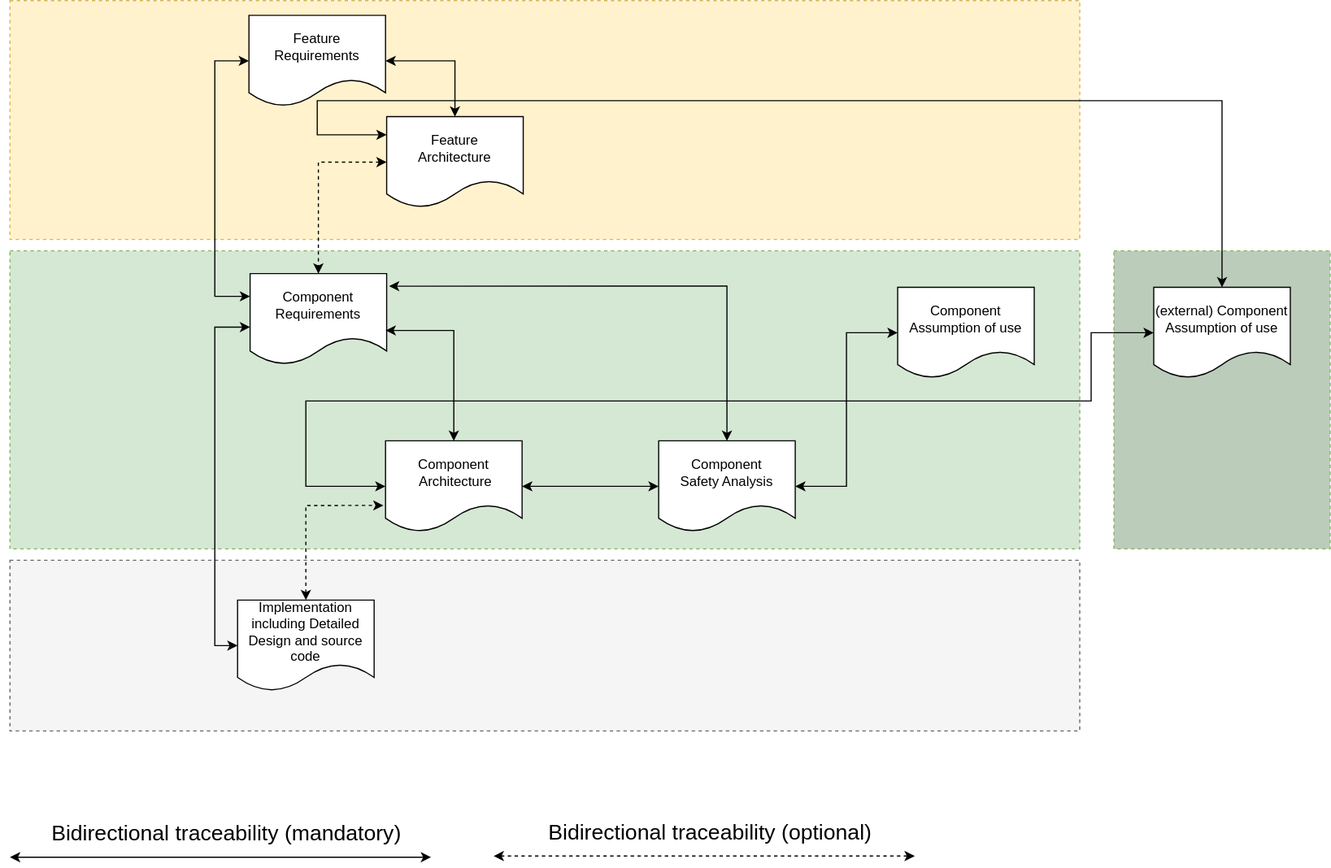
Above: pr-343/_images/score_traceability_model_cmp_overview_1.svg in umaucher/score (draw.io), before the change. Source tidied: cells renumbered, new cells last; positions are measured from the earlier drawing's top-left corner, leaving out a move shared by most shapes.
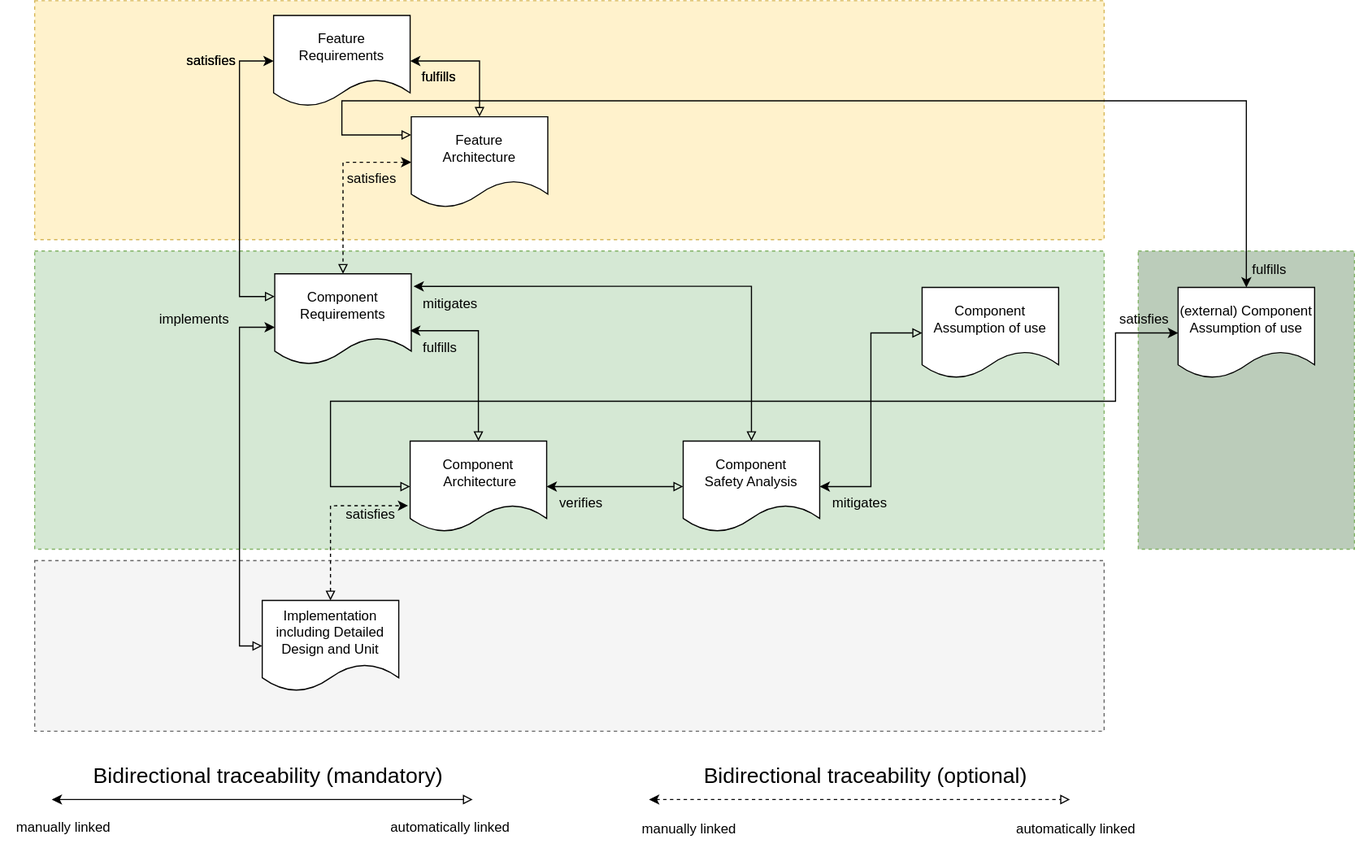
Later version of the same file.

Change to the diagram source:
```diff
@@ -14,7 +14,7 @@
     <mxCell id="5" value="Feature Requirements" style="shape=document;whiteSpace=wrap;html=1;boundedLbl=1;" parent="1" vertex="1">
       <mxGeometry x="210" y="13" width="120" height="80" as="geometry" />
     </mxCell>
-    <mxCell id="6" style="edgeStyle=orthogonalEdgeStyle;rounded=0;jettySize=auto;html=1;entryX=0;entryY=0.5;entryDx=0;entryDy=0;startArrow=classic;startFill=1;exitX=0;exitY=0.25;exitDx=0;exitDy=0;" parent="1" edge="1" source="8" target="5">
+    <mxCell id="6" style="edgeStyle=orthogonalEdgeStyle;rounded=0;jettySize=auto;html=1;entryX=0;entryY=0.5;entryDx=0;entryDy=0;startArrow=block;startFill=0;exitX=0;exitY=0.25;exitDx=0;exitDy=0;" parent="1" edge="1" source="8" target="5">
       <mxGeometry relative="1" as="geometry">
         <Array as="points">
           <mxPoint x="180" y="260" />
@@ -22,7 +22,7 @@
         </Array>
       </mxGeometry>
     </mxCell>
-    <mxCell id="7" style="edgeStyle=orthogonalEdgeStyle;rounded=0;jettySize=auto;html=1;entryX=0.5;entryY=0;entryDx=0;entryDy=0;exitX=1.017;exitY=0.138;exitDx=0;exitDy=0;startArrow=classic;startFill=1;exitPerimeter=0;" parent="1" edge="1" source="8" target="12">
+    <mxCell id="7" style="edgeStyle=orthogonalEdgeStyle;rounded=0;jettySize=auto;html=1;entryX=0.5;entryY=0;entryDx=0;entryDy=0;exitX=1.017;exitY=0.138;exitDx=0;exitDy=0;startArrow=classic;startFill=1;exitPerimeter=0;endArrow=block;endFill=0;" parent="1" edge="1" source="8" target="12">
       <mxGeometry x="0.41" relative="1" as="geometry">
         <Array as="points">
           <mxPoint x="630" y="251" />
@@ -35,21 +35,21 @@
     <mxCell id="9" value="&lt;br&gt;&lt;br&gt;Component&lt;br&gt;&amp;nbsp;Architecture&lt;br&gt;&lt;br&gt;&lt;br&gt;" style="shape=document;whiteSpace=wrap;html=1;boundedLbl=1;" parent="1" vertex="1">
       <mxGeometry x="330" y="387" width="120" height="80" as="geometry" />
     </mxCell>
-    <mxCell id="10" style="edgeStyle=orthogonalEdgeStyle;rounded=0;jettySize=auto;html=1;entryX=1;entryY=0.5;entryDx=0;entryDy=0;exitX=0.5;exitY=0;exitDx=0;exitDy=0;startArrow=classic;startFill=1;" parent="1" edge="1" source="15" target="5">
+    <mxCell id="10" style="edgeStyle=orthogonalEdgeStyle;rounded=0;jettySize=auto;html=1;entryX=1;entryY=0.5;entryDx=0;entryDy=0;exitX=0.5;exitY=0;exitDx=0;exitDy=0;startArrow=block;startFill=0;" parent="1" edge="1" source="15" target="5">
       <mxGeometry relative="1" as="geometry" />
     </mxCell>
-    <mxCell id="11" style="edgeStyle=orthogonalEdgeStyle;rounded=0;jettySize=auto;html=1;entryX=1;entryY=0.5;entryDx=0;entryDy=0;exitX=0;exitY=0.5;exitDx=0;exitDy=0;startArrow=classic;startFill=1;" parent="1" edge="1" source="12" target="9">
+    <mxCell id="11" style="edgeStyle=orthogonalEdgeStyle;rounded=0;jettySize=auto;html=1;entryX=1;entryY=0.5;entryDx=0;entryDy=0;exitX=0;exitY=0.5;exitDx=0;exitDy=0;startArrow=block;startFill=0;" parent="1" edge="1" source="12" target="9">
       <mxGeometry x="0.51" relative="1" as="geometry" />
     </mxCell>
     <mxCell id="12" value="Component&lt;br&gt;Safety Analysis" style="shape=document;whiteSpace=wrap;html=1;boundedLbl=1;" parent="1" vertex="1">
       <mxGeometry x="570" y="387" width="120" height="80" as="geometry" />
     </mxCell>
-    <mxCell id="13" style="edgeStyle=orthogonalEdgeStyle;rounded=0;jettySize=auto;html=1;startArrow=classic;startFill=1;entryX=1;entryY=0.5;entryDx=0;entryDy=0;" parent="1" edge="1" target="12">
+    <mxCell id="13" style="edgeStyle=orthogonalEdgeStyle;rounded=0;jettySize=auto;html=1;startArrow=block;startFill=0;entryX=1;entryY=0.5;entryDx=0;entryDy=0;" parent="1" edge="1" target="12">
       <mxGeometry relative="1" as="geometry">
         <mxPoint x="780" y="292" as="sourcePoint" />
       </mxGeometry>
     </mxCell>
-    <mxCell id="14" style="edgeStyle=orthogonalEdgeStyle;rounded=0;jettySize=auto;html=1;entryX=0.5;entryY=0;entryDx=0;entryDy=0;startArrow=classic;startFill=1;exitX=0;exitY=0.5;exitDx=0;exitDy=0;dashed=1;" parent="1" edge="1" source="15" target="8">
+    <mxCell id="14" style="edgeStyle=orthogonalEdgeStyle;rounded=0;jettySize=auto;html=1;entryX=0.5;entryY=0;entryDx=0;entryDy=0;startArrow=classic;startFill=1;exitX=0;exitY=0.5;exitDx=0;exitDy=0;dashed=1;endArrow=block;endFill=0;" parent="1" edge="1" source="15" target="8">
       <mxGeometry relative="1" as="geometry" />
     </mxCell>
     <mxCell id="15" value="Feature&lt;br&gt;Architecture" style="shape=document;whiteSpace=wrap;html=1;boundedLbl=1;" parent="1" vertex="1">
@@ -61,7 +61,7 @@
     <mxCell id="17" style="rounded=0;whiteSpace=wrap;html=1;dashed=1;fillColor=#BBCCBA;strokeColor=#82b366;" parent="1" vertex="1">
       <mxGeometry x="970" y="220" width="190" height="262" as="geometry" />
     </mxCell>
-    <mxCell id="18" style="edgeStyle=orthogonalEdgeStyle;rounded=0;orthogonalLoop=1;jettySize=auto;html=1;entryX=0;entryY=0.25;entryDx=0;entryDy=0;fontSize=19;startArrow=classic;startFill=1;" parent="1" edge="1">
+    <mxCell id="18" style="edgeStyle=orthogonalEdgeStyle;rounded=0;orthogonalLoop=1;jettySize=auto;html=1;entryX=0;entryY=0.25;entryDx=0;entryDy=0;fontSize=19;startArrow=classic;startFill=1;endArrow=block;endFill=0;" parent="1" edge="1">
       <mxGeometry relative="1" as="geometry">
         <mxPoint x="1065" y="252" as="sourcePoint" />
         <mxPoint x="331" y="118" as="targetPoint" />
@@ -75,7 +75,7 @@
     <mxCell id="19" value="(external) Component Assumption of use" style="shape=document;whiteSpace=wrap;html=1;boundedLbl=1;" parent="1" vertex="1">
       <mxGeometry x="1005" y="252" width="120" height="80" as="geometry" />
     </mxCell>
-    <mxCell id="20" style="edgeStyle=orthogonalEdgeStyle;rounded=0;jettySize=auto;html=1;exitX=0;exitY=0.5;exitDx=0;exitDy=0;startArrow=classic;startFill=1;entryX=0;entryY=0.5;entryDx=0;entryDy=0;" parent="1" edge="1" source="9" target="19">
+    <mxCell id="20" style="edgeStyle=orthogonalEdgeStyle;rounded=0;jettySize=auto;html=1;exitX=0;exitY=0.5;exitDx=0;exitDy=0;startArrow=block;startFill=0;entryX=0;entryY=0.5;entryDx=0;entryDy=0;" parent="1" edge="1" source="9" target="19">
       <mxGeometry relative="1" as="geometry">
         <Array as="points">
           <mxPoint x="260" y="427" />
@@ -88,49 +88,100 @@
     <mxCell id="21" style="rounded=0;whiteSpace=wrap;html=1;dashed=1;fillColor=#f5f5f5;fontColor=#333333;strokeColor=#666666;" parent="1" vertex="1">
       <mxGeometry y="492" width="940" height="150" as="geometry" />
     </mxCell>
-    <mxCell id="22" style="edgeStyle=orthogonalEdgeStyle;rounded=0;jettySize=auto;html=1;startArrow=classic;startFill=1;exitX=0;exitY=0.5;exitDx=0;exitDy=0;entryX=0;entryY=0.588;entryDx=0;entryDy=0;entryPerimeter=0;" parent="1" edge="1" source="24" target="8">
+    <mxCell id="22" style="edgeStyle=orthogonalEdgeStyle;rounded=0;jettySize=auto;html=1;startArrow=block;startFill=0;exitX=0;exitY=0.5;exitDx=0;exitDy=0;entryX=0;entryY=0.588;entryDx=0;entryDy=0;entryPerimeter=0;endArrow=classic;endFill=1;" parent="1" edge="1" source="24" target="8">
       <mxGeometry relative="1" as="geometry" />
     </mxCell>
-    <mxCell id="23" style="edgeStyle=orthogonalEdgeStyle;rounded=0;jettySize=auto;html=1;entryX=-0.015;entryY=0.71;entryDx=0;entryDy=0;exitX=0.5;exitY=0;exitDx=0;exitDy=0;startArrow=classic;startFill=1;entryPerimeter=0;dashed=1;" parent="1" edge="1" source="24" target="9">
+    <mxCell id="23" style="edgeStyle=orthogonalEdgeStyle;rounded=0;jettySize=auto;html=1;entryX=-0.015;entryY=0.71;entryDx=0;entryDy=0;exitX=0.5;exitY=0;exitDx=0;exitDy=0;startArrow=block;startFill=0;entryPerimeter=0;dashed=1;" parent="1" edge="1" source="24" target="9">
       <mxGeometry x="0.31" relative="1" as="geometry">
         <Array as="points">
           <mxPoint x="260" y="444" />
         </Array>
       </mxGeometry>
     </mxCell>
-    <mxCell id="24" value="Implementation&lt;br&gt;including Detailed Design and source code" style="shape=document;whiteSpace=wrap;html=1;boundedLbl=1;" parent="1" vertex="1">
+    <mxCell id="24" value="Implementation&lt;br&gt;including Detailed Design and Unit" style="shape=document;whiteSpace=wrap;html=1;boundedLbl=1;" parent="1" vertex="1">
       <mxGeometry x="200" y="527" width="120" height="80" as="geometry" />
     </mxCell>
-    <mxCell id="25" style="edgeStyle=orthogonalEdgeStyle;rounded=0;jettySize=auto;html=1;entryX=0.992;entryY=0.625;entryDx=0;entryDy=0;entryPerimeter=0;exitX=0.5;exitY=0;exitDx=0;exitDy=0;startArrow=classic;startFill=1;" parent="1" edge="1" source="9" target="8">
+    <mxCell id="25" style="edgeStyle=orthogonalEdgeStyle;rounded=0;jettySize=auto;html=1;entryX=0.992;entryY=0.625;entryDx=0;entryDy=0;entryPerimeter=0;exitX=0.5;exitY=0;exitDx=0;exitDy=0;startArrow=block;startFill=0;" parent="1" edge="1" source="9" target="8">
       <mxGeometry relative="1" as="geometry">
         <Array as="points">
           <mxPoint x="390" y="290" />
         </Array>
       </mxGeometry>
     </mxCell>
-    <mxCell id="26" style="edgeStyle=orthogonalEdgeStyle;rounded=0;orthogonalLoop=1;jettySize=auto;html=1;startArrow=classic;startFill=1;" parent="1" edge="1">
-      <mxGeometry x="0.38" y="5" relative="1" as="geometry">
-        <mxPoint y="753" as="sourcePoint" />
-        <mxPoint x="370" y="753" as="targetPoint" />
-        <Array as="points">
-          <mxPoint x="17" y="753" />
-        </Array>
-      </mxGeometry>
-    </mxCell>
+    <mxCell id="30" style="edgeStyle=orthogonalEdgeStyle;rounded=0;orthogonalLoop=1;jettySize=auto;html=1;startArrow=classic;startFill=1;endArrow=block;endFill=0;" parent="1" edge="1">
+      <mxGeometry x="0.38" y="5" relative="1" as="geometry">
+        <mxPoint x="15" y="702" as="sourcePoint" />
+        <mxPoint x="385" y="702" as="targetPoint" />
+        <Array as="points">
+          <mxPoint x="32" y="702" />
+        </Array>
+      </mxGeometry>
+    </mxCell>
     <mxCell id="27" value="Bidirectional traceability (mandatory)" style="text;html=1;align=center;verticalAlign=middle;strokeColor=none;fillColor=none;fontSize=19;" parent="1" vertex="1">
-      <mxGeometry x="25" y="713" width="330" height="40" as="geometry" />
+      <mxGeometry x="40" y="662" width="330" height="40" as="geometry" />
     </mxCell>
-    <mxCell id="28" style="edgeStyle=orthogonalEdgeStyle;rounded=0;orthogonalLoop=1;jettySize=auto;html=1;startArrow=classic;startFill=1;dashed=1;" parent="1" edge="1">
-      <mxGeometry x="0.38" y="5" relative="1" as="geometry">
-        <mxPoint x="425" y="752" as="sourcePoint" />
-        <mxPoint x="795" y="752" as="targetPoint" />
-        <Array as="points">
-          <mxPoint x="442" y="752" />
-        </Array>
-      </mxGeometry>
-    </mxCell>
+    <mxCell id="31" style="edgeStyle=orthogonalEdgeStyle;rounded=0;orthogonalLoop=1;jettySize=auto;html=1;startArrow=classic;startFill=1;dashed=1;endArrow=block;endFill=0;" parent="1" edge="1">
+      <mxGeometry x="0.38" y="5" relative="1" as="geometry">
+        <mxPoint x="540" y="702" as="sourcePoint" />
+        <mxPoint x="910" y="702" as="targetPoint" />
+        <Array as="points">
+          <mxPoint x="557" y="702" />
+        </Array>
+      </mxGeometry>
+    </mxCell>
     <mxCell id="29" value="Bidirectional traceability (optional)" style="text;html=1;align=center;verticalAlign=middle;strokeColor=none;fillColor=none;fontSize=19;" parent="1" vertex="1">
-      <mxGeometry x="460" y="712" width="310" height="40" as="geometry" />
+      <mxGeometry x="575" y="662" width="310" height="40" as="geometry" />
     </mxCell>
+    <mxCell id="32" value="manually linked" style="text;html=1;align=center;verticalAlign=middle;strokeColor=none;fillColor=none;" parent="1" vertex="1">
+      <mxGeometry x="-30" y="712" width="110" height="30" as="geometry" />
+    </mxCell>
+    <mxCell id="33" value="automatically linked" style="text;html=1;align=center;verticalAlign=middle;strokeColor=none;fillColor=none;" parent="1" vertex="1">
+      <mxGeometry x="300" y="712" width="130" height="30" as="geometry" />
+    </mxCell>
+    <mxCell id="34" value="manually linked" style="text;html=1;align=center;verticalAlign=middle;strokeColor=none;fillColor=none;" parent="1" vertex="1">
+      <mxGeometry x="520" y="713" width="110" height="30" as="geometry" />
+    </mxCell>
+    <mxCell id="35" value="automatically linked" style="text;html=1;align=center;verticalAlign=middle;strokeColor=none;fillColor=none;" parent="1" vertex="1">
+      <mxGeometry x="850" y="713" width="130" height="30" as="geometry" />
+    </mxCell>
+    <mxCell id="36" value="implements" style="text;html=1;align=center;verticalAlign=middle;strokeColor=none;fillColor=none;" parent="1" vertex="1">
+      <mxGeometry x="100" y="265" width="80" height="30" as="geometry" />
+    </mxCell>
+    <mxCell id="37" value="satisfies" style="text;html=1;align=center;verticalAlign=middle;strokeColor=none;fillColor=none;" parent="1" vertex="1">
+      <mxGeometry x="260" y="437" width="70" height="30" as="geometry" />
+    </mxCell>
+    <mxCell id="38" value="fulfills" style="text;html=1;align=center;verticalAlign=middle;strokeColor=none;fillColor=none;" parent="1" vertex="1">
+      <mxGeometry x="331" y="290" width="50" height="30" as="geometry" />
+    </mxCell>
+    <mxCell id="39" value="satisfies" style="text;html=1;align=center;verticalAlign=middle;strokeColor=none;fillColor=none;" parent="1" vertex="1">
+      <mxGeometry x="940" y="265" width="70" height="30" as="geometry" />
+    </mxCell>
+    <mxCell id="40" value="fulfills" style="text;html=1;align=center;verticalAlign=middle;strokeColor=none;fillColor=none;" parent="1" vertex="1">
+      <mxGeometry x="1060" y="222" width="50" height="30" as="geometry" />
+    </mxCell>
+    <mxCell id="41" value="fulfills" style="text;html=1;align=center;verticalAlign=middle;strokeColor=none;fillColor=none;" parent="1" vertex="1">
+      <mxGeometry x="330" y="52" width="50" height="30" as="geometry" />
+    </mxCell>
+    <mxCell id="42" value="satisfies" style="text;html=1;align=center;verticalAlign=middle;strokeColor=none;fillColor=none;" parent="1" vertex="1">
+      <mxGeometry x="120" y="38" width="70" height="30" as="geometry" />
+    </mxCell>
+    <mxCell id="43" value="satisfies" style="text;html=1;align=center;verticalAlign=middle;strokeColor=none;fillColor=none;" parent="1" vertex="1">
+      <mxGeometry x="261" y="142" width="70" height="30" as="geometry" />
+    </mxCell>
+    <mxCell id="44" value="verifies" style="text;html=1;align=center;verticalAlign=middle;strokeColor=none;fillColor=none;" parent="1" vertex="1">
+      <mxGeometry x="450" y="427" width="60" height="30" as="geometry" />
+    </mxCell>
+    <mxCell id="45" value="mitigates" style="text;html=1;align=center;verticalAlign=middle;strokeColor=none;fillColor=none;" parent="1" vertex="1">
+      <mxGeometry x="690" y="427" width="70" height="30" as="geometry" />
+    </mxCell>
+    <mxCell id="46" value="satisfies" style="text;html=1;align=center;verticalAlign=middle;strokeColor=none;fillColor=none;" parent="1" vertex="1">
+      <mxGeometry x="120" y="38" width="70" height="30" as="geometry" />
+    </mxCell>
+    <mxCell id="47" value="fulfills" style="text;html=1;align=center;verticalAlign=middle;strokeColor=none;fillColor=none;" parent="1" vertex="1">
+      <mxGeometry x="330" y="52" width="50" height="30" as="geometry" />
+    </mxCell>
+    <mxCell id="48" value="mitigates" style="text;html=1;align=center;verticalAlign=middle;strokeColor=none;fillColor=none;" parent="1" vertex="1">
+      <mxGeometry x="330" y="252" width="70" height="30" as="geometry" />
+    </mxCell>
   </root>
 </mxGraphModel>
```
